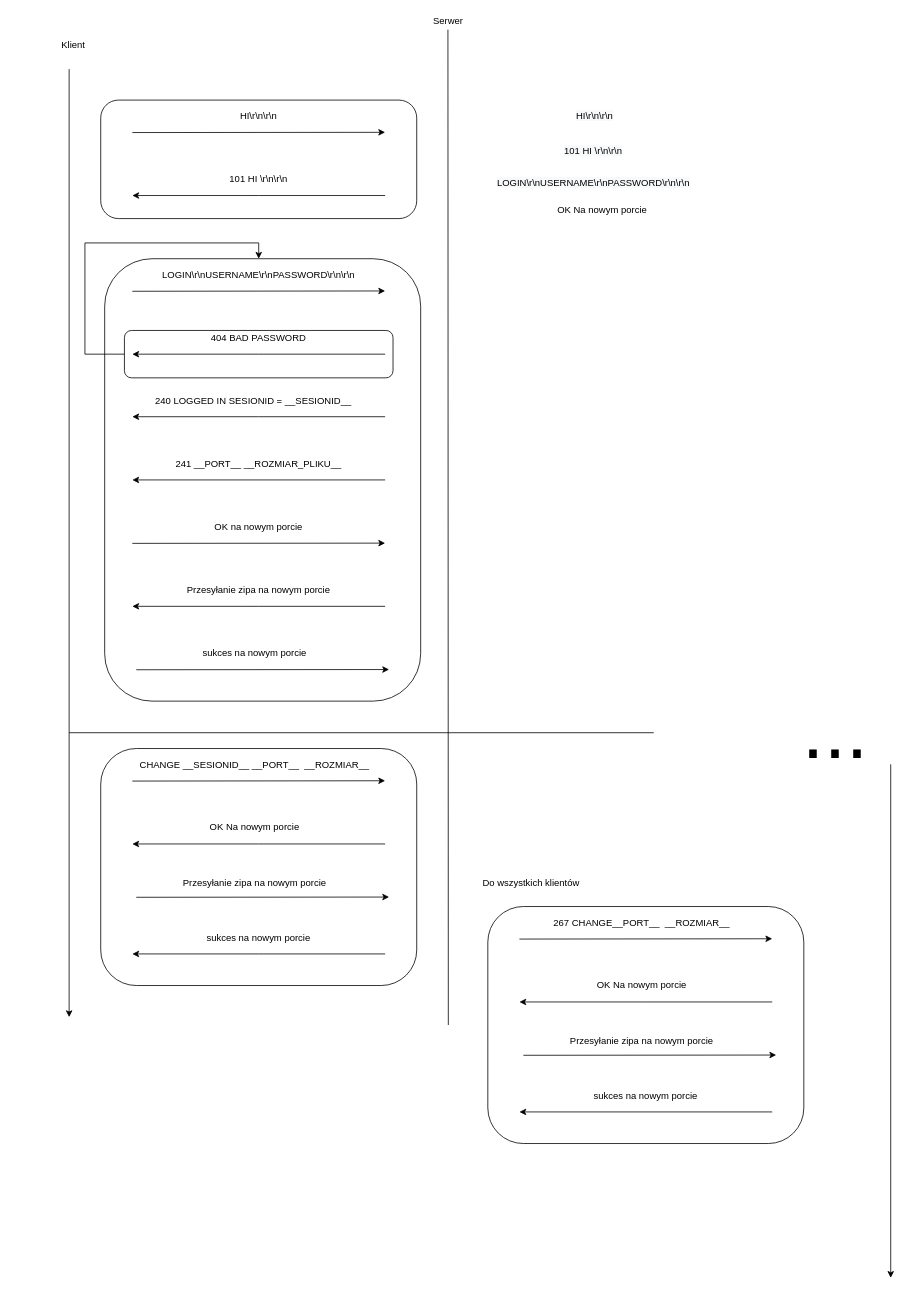
Above: docs/Szkic.drawio in piotrkorniak/PAS (draw.io), before the change. Source tidied: cells renumbered, new cells numbered last; positions are measured from the earlier drawing's top-left corner, leaving out a move shared by most shapes. Both pictures are drawn from the tidied source at 79%, with x=0, y=0 at pixel (13, 13).
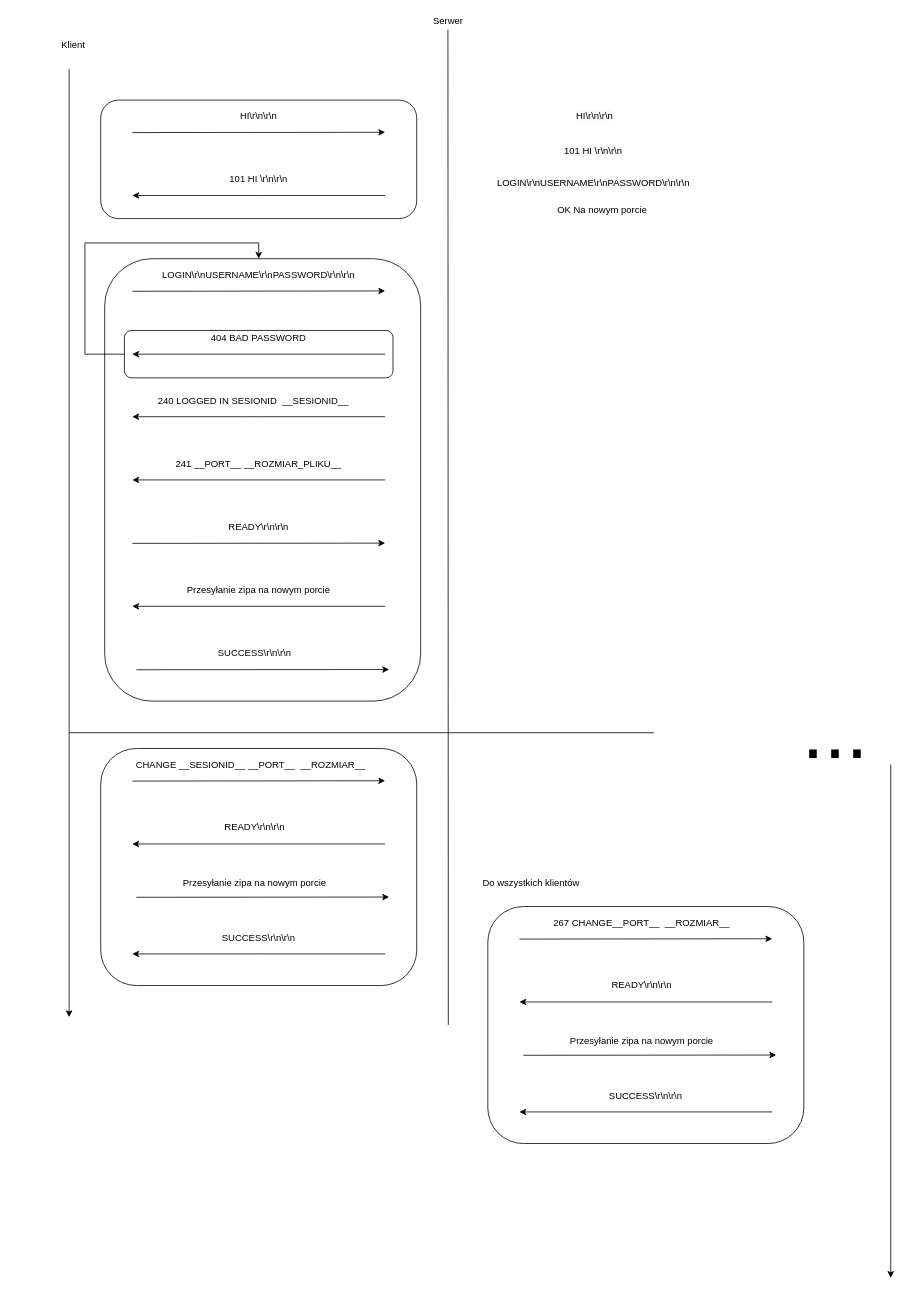
The same diagram, later.

The edit, as a diff of the source:
```diff
@@
-    <mxCell id="17" value="240 LOGGED IN SESIONID = __SESIONID__&amp;nbsp;" style="text;html=1;strokeColor=none;fillColor=none;align=center;verticalAlign=middle;whiteSpace=wrap;rounded=0;" parent="1" vertex="1">
+    <mxCell id="17" value="240 LOGGED IN SESIONID&amp;nbsp; __SESIONID__&amp;nbsp;" style="text;html=1;strokeColor=none;fillColor=none;align=center;verticalAlign=middle;whiteSpace=wrap;rounded=0;" parent="1" vertex="1">
       <mxGeometry x="145" y="480" width="320" height="20" as="geometry" />
     </mxCell>
@@
-    <mxCell id="25" value="sukces na nowym porcie" style="text;html=1;strokeColor=none;fillColor=none;align=center;verticalAlign=middle;whiteSpace=wrap;rounded=0;shadow=0;glass=0;sketch=0;" parent="1" vertex="1">
+    <mxCell id="25" value="SUCCESS\r\n\r\n" style="text;html=1;strokeColor=none;fillColor=none;align=center;verticalAlign=middle;whiteSpace=wrap;rounded=0;shadow=0;glass=0;sketch=0;" parent="1" vertex="1">
       <mxGeometry x="185" y="800" width="240" height="20" as="geometry" />
     </mxCell>
@@
     <mxCell id="28" value="CHANGE __SESIONID__ __PORT__&amp;nbsp; __ROZMIAR__" style="text;html=1;strokeColor=none;fillColor=none;align=center;verticalAlign=middle;whiteSpace=wrap;rounded=0;" parent="1" vertex="1">
-      <mxGeometry x="150" y="940.8" width="310" height="20" as="geometry" />
+      <mxGeometry x="145" y="940.8" width="310" height="20" as="geometry" />
     </mxCell>
@@
-    <mxCell id="30" value="OK Na nowym porcie" style="text;html=1;strokeColor=none;fillColor=none;align=center;verticalAlign=middle;whiteSpace=wrap;rounded=0;" parent="1" vertex="1">
+    <mxCell id="30" value="READY\r\n\r\n" style="text;html=1;strokeColor=none;fillColor=none;align=center;verticalAlign=middle;whiteSpace=wrap;rounded=0;" parent="1" vertex="1">
       <mxGeometry x="115" y="1020" width="380" height="20" as="geometry" />
     </mxCell>
@@
-    <mxCell id="32" value="OK na nowym porcie" style="text;html=1;strokeColor=none;fillColor=none;align=center;verticalAlign=middle;whiteSpace=wrap;rounded=0;shadow=0;glass=0;sketch=0;" parent="1" vertex="1">
+    <mxCell id="32" value="READY\r\n\r\n" style="text;html=1;strokeColor=none;fillColor=none;align=center;verticalAlign=middle;whiteSpace=wrap;rounded=0;shadow=0;glass=0;sketch=0;" parent="1" vertex="1">
       <mxGeometry x="190" y="640" width="240" height="20" as="geometry" />
     </mxCell>
@@
-    <mxCell id="35" value="sukces na nowym porcie" style="text;html=1;strokeColor=none;fillColor=none;align=center;verticalAlign=middle;whiteSpace=wrap;rounded=0;shadow=0;glass=0;sketch=0;" parent="1" vertex="1">
+    <mxCell id="35" value="SUCCESS\r\n\r\n" style="text;html=1;strokeColor=none;fillColor=none;align=center;verticalAlign=middle;whiteSpace=wrap;rounded=0;shadow=0;glass=0;sketch=0;" parent="1" vertex="1">
       <mxGeometry x="190" y="1160" width="240" height="20" as="geometry" />
     </mxCell>
@@
-    <mxCell id="42" value="OK Na nowym porcie" style="text;html=1;strokeColor=none;fillColor=none;align=center;verticalAlign=middle;whiteSpace=wrap;rounded=0;" parent="1" vertex="1">
+    <mxCell id="42" value="READY\r\n\r\n" style="text;html=1;strokeColor=none;fillColor=none;align=center;verticalAlign=middle;whiteSpace=wrap;rounded=0;" parent="1" vertex="1">
       <mxGeometry x="605" y="1220" width="380" height="20" as="geometry" />
     </mxCell>
@@
-    <mxCell id="45" value="sukces na nowym porcie" style="text;html=1;strokeColor=none;fillColor=none;align=center;verticalAlign=middle;whiteSpace=wrap;rounded=0;shadow=0;glass=0;sketch=0;" parent="1" vertex="1">
+    <mxCell id="45" value="SUCCESS\r\n\r\n" style="text;html=1;strokeColor=none;fillColor=none;align=center;verticalAlign=middle;whiteSpace=wrap;rounded=0;shadow=0;glass=0;sketch=0;" parent="1" vertex="1">
       <mxGeometry x="680" y="1360" width="240" height="20" as="geometry" />
     </mxCell>
```
